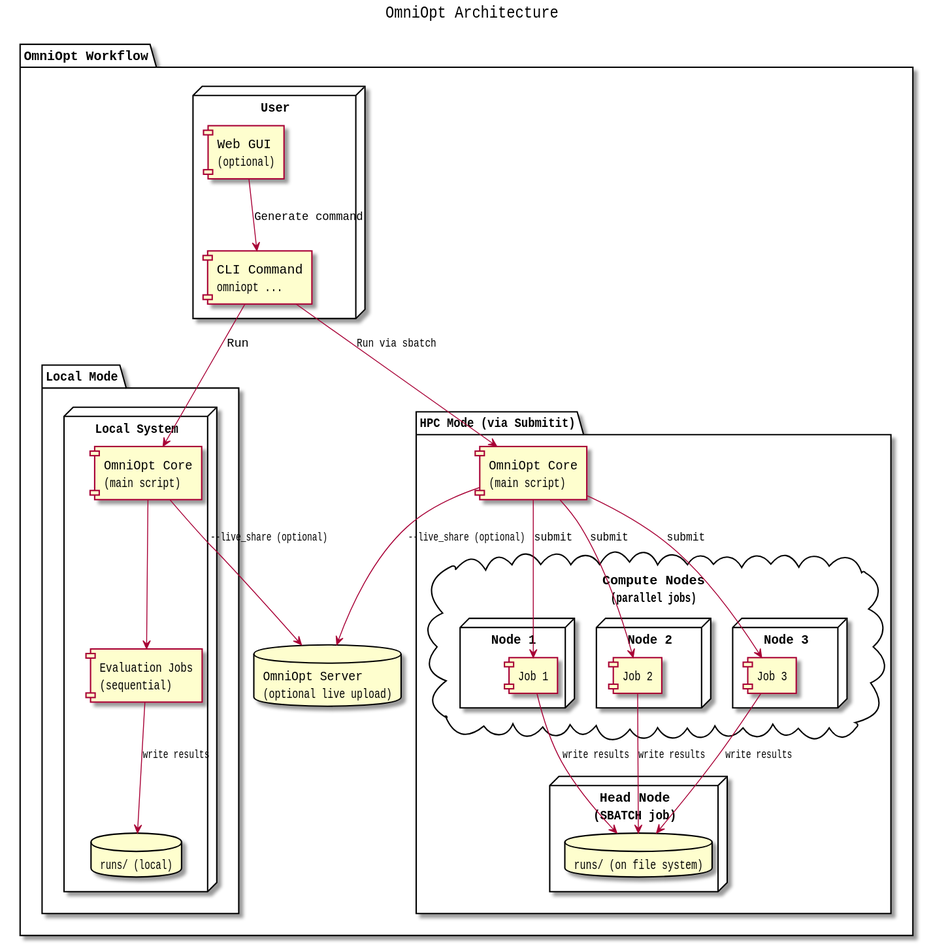
The PlantUML diagram .gui/documentation/architektur.svg in NormanTUD/OmniOpt, before a commit.
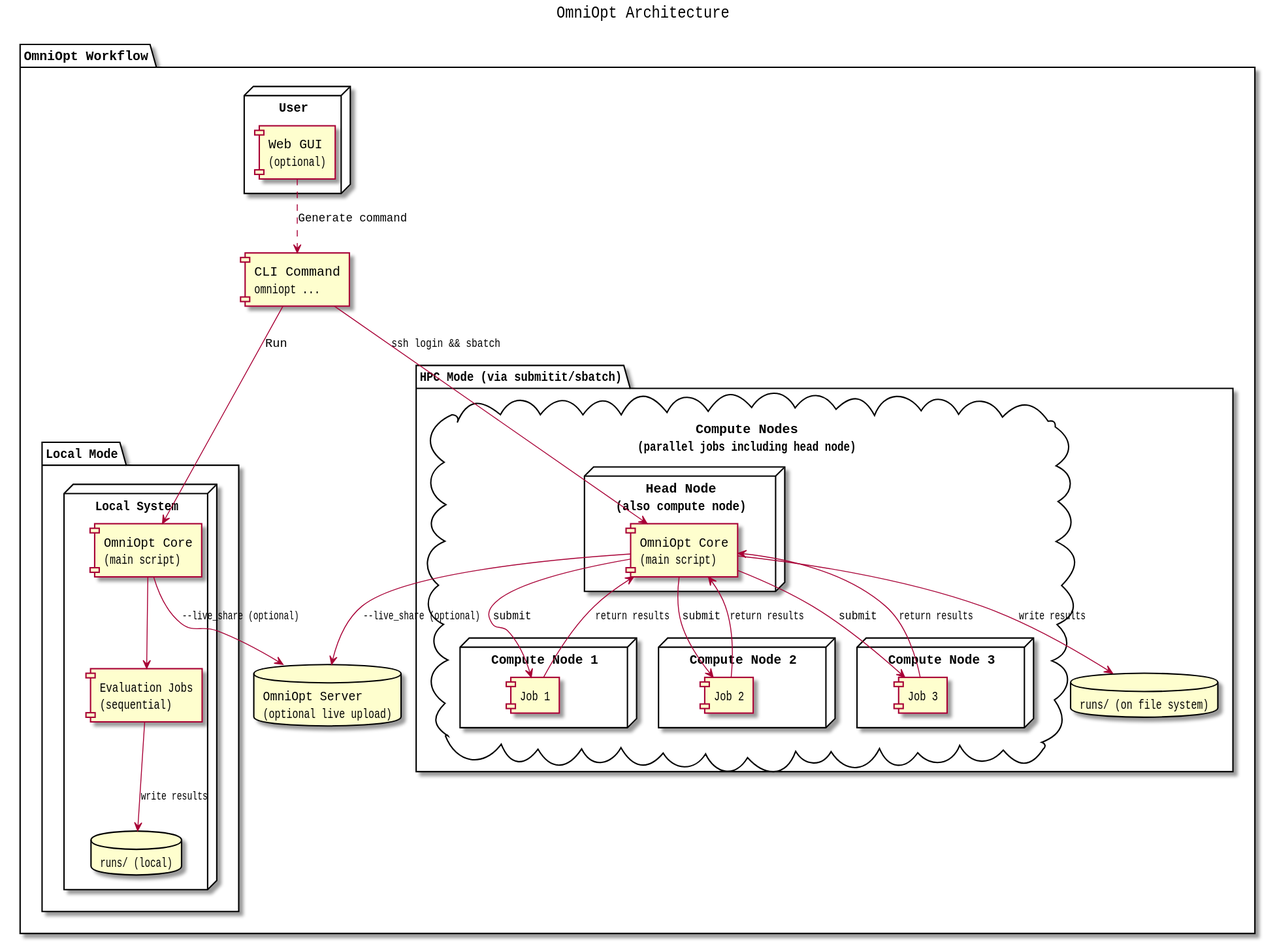
After the commit.

Change to the diagram source:
```diff
@@ -8,9 +8,11 @@
 
   node "User" {
     component "Web GUI\n(optional)" as GUI
-    component "CLI Command\nomniopt ..." as CLI
-    GUI --> CLI : Generate command
   }
+
+  component "CLI Command\nomniopt ..." as CLI
+
+  GUI ..> CLI : Generate command
 
   database "OmniOpt Server\n(optional live upload)" as OmniOptServer
 
@@ -27,36 +29,38 @@
     LocalCore --> OmniOptServer : --live_share (optional)
   }
 
-  package "HPC Mode (via Submitit)" {
+  package "HPC Mode (via submitit/sbatch)" {
 
-    component "OmniOpt Core\n(main script)" as HPCMaster
+    cloud "Compute Nodes\n(parallel jobs including head node)" {
+      node "Head Node\n(also compute node)" {
+        component "OmniOpt Core\n(main script)" as HPCMaster
+      }
 
-    CLI --> HPCMaster : Run via sbatch
-
-    node "Head Node\n(SBATCH job)" {
-      database "runs/ (on file system)" as HPCRuns
-    }
-
-    cloud "Compute Nodes\n(parallel jobs)" {
-      node "Node 1" {
+      node "Compute Node 1" {
         component "Job 1" as Job1
       }
-      node "Node 2" {
+
+      node "Compute Node 2" {
         component "Job 2" as Job2
       }
-      node "Node 3" {
+
+      node "Compute Node 3" {
         component "Job 3" as Job3
       }
     }
 
+    database "runs/ (on file system)" as HPCRuns
+
+    CLI --> HPCMaster : ssh login && sbatch
     HPCMaster --> Job1 : submit
     HPCMaster --> Job2 : submit
     HPCMaster --> Job3 : submit
 
-    Job1 --> HPCRuns : write results
-    Job2 --> HPCRuns : write results
-    Job3 --> HPCRuns : write results
+    Job1 --> HPCMaster : return results
+    Job2 --> HPCMaster : return results
+    Job3 --> HPCMaster : return results
 
+    HPCMaster --> HPCRuns : write results
     HPCMaster --> OmniOptServer : --live_share (optional)
   }
 }
```
